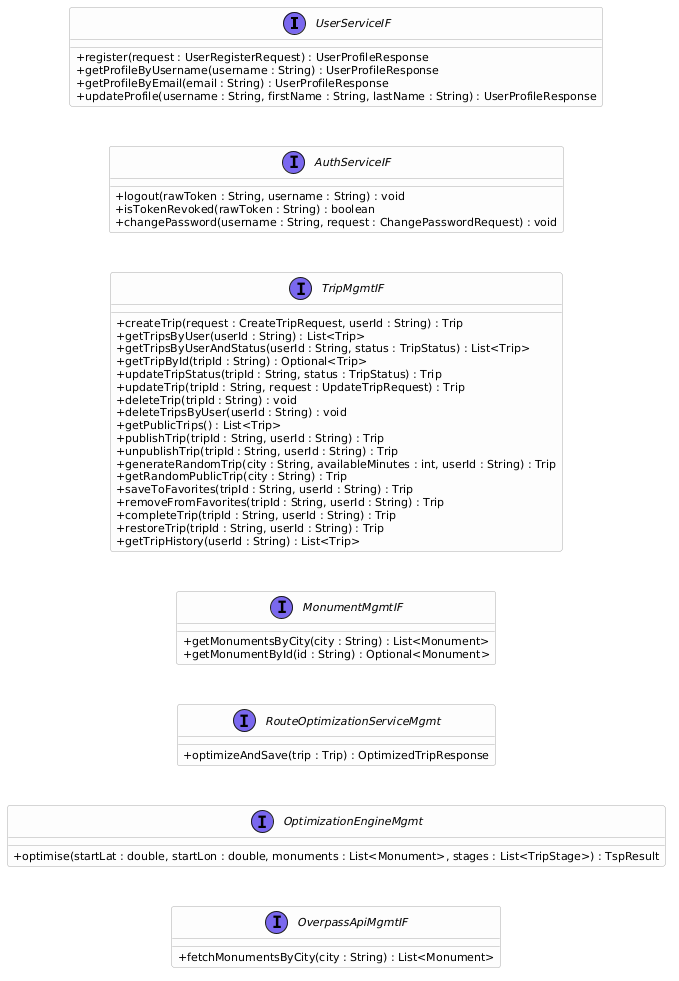
Before: Iterazione2/Diagrammi/interfaceDiagram2.png, a diagram exported from PlantUML (gpassarella2/PAC_project). The source it was exported from:
```plantuml
@startuml
top to bottom direction
skinparam backgroundColor transparent
skinparam defaultFontName Arial
skinparam classAttributeIconSize 0
skinparam ClassBorderColor #AAAAAA
skinparam ClassBackgroundColor #FDFDFD
skinparam ClassFontSize 12
skinparam ClassAttributeFontSize 11
skinparam shadowing false

skinparam nodesep 30
skinparam ranksep 40

skinparam stereotypeIBackgroundColor #7B68EE
skinparam stereotypeIFontColor white

hide stereotype


interface UserServiceIF {
  + register(request : UserRegisterRequest) : UserProfileResponse
  + getProfileByUsername(username : String) : UserProfileResponse
  + getProfileByEmail(email : String) : UserProfileResponse
  + updateProfile(username : String, firstName : String, lastName : String) : UserProfileResponse
}

interface AuthServiceIF {
  + logout(rawToken : String, username : String) : void
  + isTokenRevoked(rawToken : String) : boolean
  + changePassword(username : String, request : ChangePasswordRequest) : void
}

interface TripMgmtIF {
  + createTrip(request : CreateTripRequest, userId : String) : Trip
  + getTripsByUser(userId : String) : List<Trip>
  + getTripsByUserAndStatus(userId : String, status : TripStatus) : List<Trip>
  + getTripById(tripId : String) : Optional<Trip>
  + updateTripStatus(tripId : String, status : TripStatus) : Trip
  + updateTrip(tripId : String, request : UpdateTripRequest) : Trip
  + deleteTrip(tripId : String) : void
  + deleteTripsByUser(userId : String) : void
  + getPublicTrips() : List<Trip>
  + publishTrip(tripId : String, userId : String) : Trip
  + unpublishTrip(tripId : String, userId : String) : Trip
  + generateRandomTrip(city : String, availableMinutes : int, userId : String) : Trip
  + getRandomPublicTrip(city : String) : Trip
  + saveToFavorites(tripId : String, userId : String) : Trip
  + removeFromFavorites(tripId : String, userId : String) : Trip
  + completeTrip(tripId : String, userId : String) : Trip
  + restoreTrip(tripId : String, userId : String) : Trip
  + getTripHistory(userId : String) : List<Trip>
}

interface MonumentMgmtIF {
  + getMonumentsByCity(city : String) : List<Monument>
  + getMonumentById(id : String) : Optional<Monument>
}

interface RouteOptimizationServiceMgmt {
  + optimizeAndSave(trip : Trip) : OptimizedTripResponse
}

interface OptimizationEngineMgmt {
  + optimise(startLat : double, startLon : double, monuments : List<Monument>, stages : List<TripStage>) : TspResult
}

interface OverpassApiMgmtIF {
  + fetchMonumentsByCity(city : String) : List<Monument>
}

UserServiceIF -[hidden]down- AuthServiceIF
AuthServiceIF -[hidden]down- TripMgmtIF
TripMgmtIF -[hidden]down- MonumentMgmtIF
MonumentMgmtIF -[hidden]down- RouteOptimizationServiceMgmt
RouteOptimizationServiceMgmt -[hidden]down- OptimizationEngineMgmt
OptimizationEngineMgmt -[hidden]down- OverpassApiMgmtIF
@enduml
```
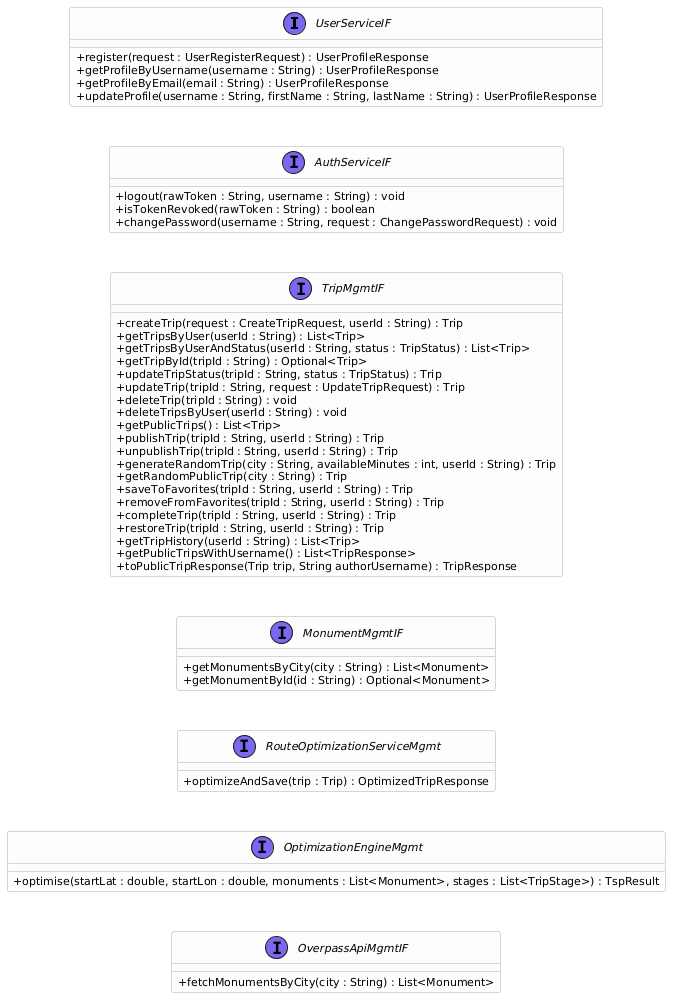
The same file after the commit.

Commit message:
update interface diagram

What changed in the source:
```diff
@@ -50,6 +50,8 @@
   + completeTrip(tripId : String, userId : String) : Trip
   + restoreTrip(tripId : String, userId : String) : Trip
   + getTripHistory(userId : String) : List<Trip>
+  + getPublicTripsWithUsername() : List<TripResponse>
+  + toPublicTripResponse(Trip trip, String authorUsername) : TripResponse
 }
 
 interface MonumentMgmtIF {
```
